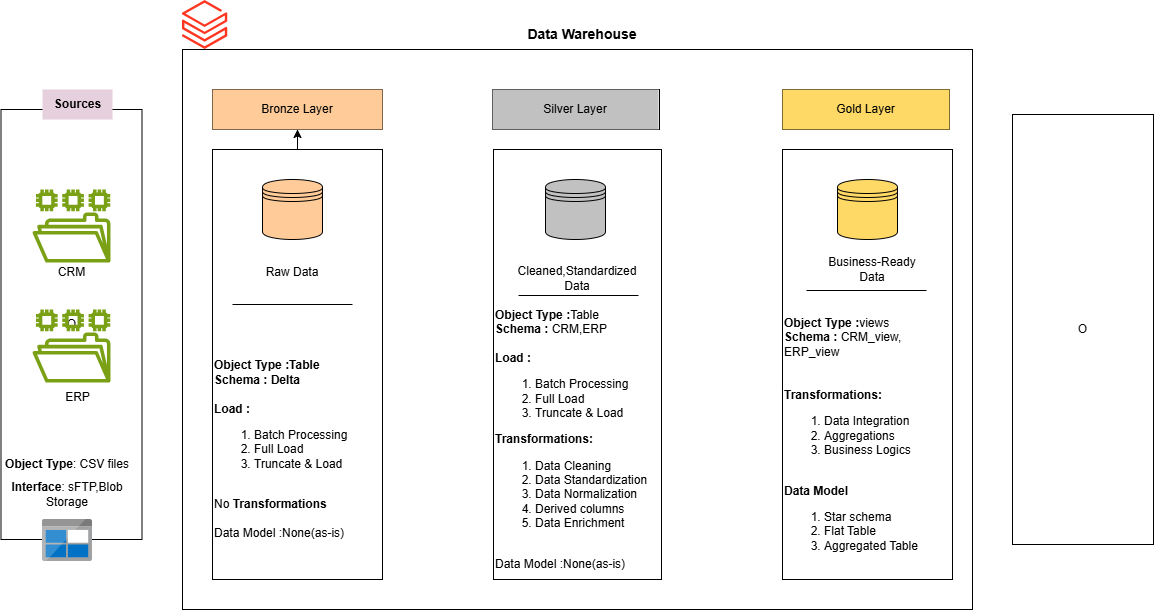
Before: Datawarehouse_Architecture.png, a diagram exported from draw.io (PRAKHER0522/SQL_DATABASE). Source tidied: cells renumbered, new cells last; positions are measured from the earlier drawing's top-left corner, leaving out a move shared by most shapes.
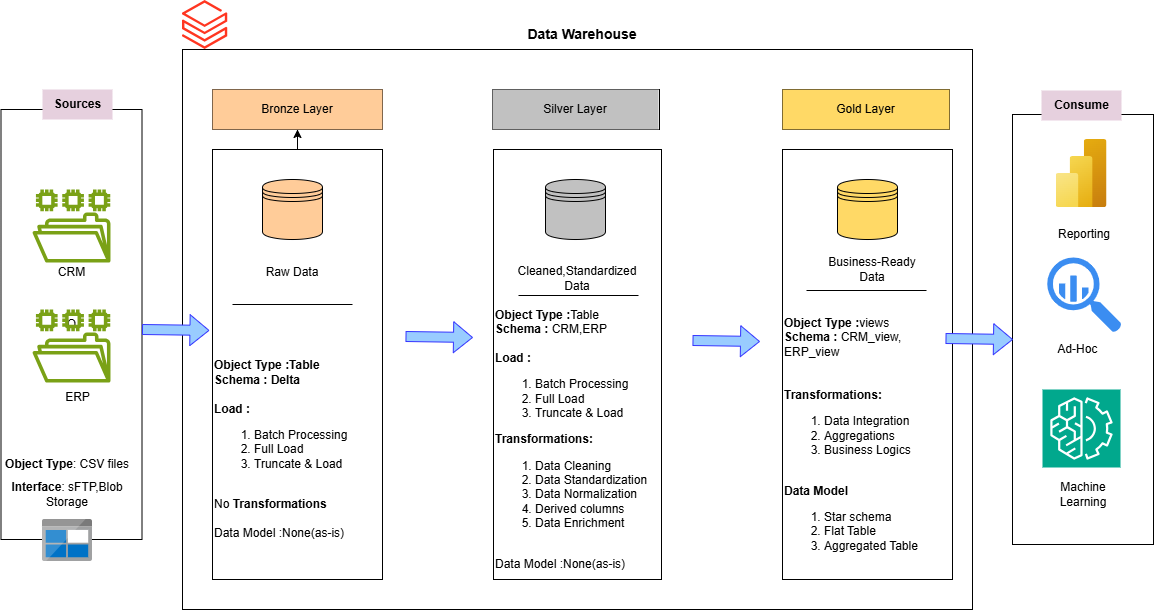
Later version of the same file.

The edit, as a diff of the source:
```diff
@@ -29,7 +29,7 @@
     <mxCell id="10" style="rounded=0;whiteSpace=wrap;html=1;" parent="1" vertex="1">
       <mxGeometry x="182" y="49" width="790" height="560" as="geometry" />
     </mxCell>
-    <mxCell id="11" value="O" style="rounded=0;whiteSpace=wrap;html=1;" parent="1" vertex="1">
+    <mxCell id="11" value="&lt;span style=&quot;color: rgba(0, 0, 0, 0); font-family: monospace; font-size: 0px; text-align: start; text-wrap-mode: nowrap;&quot;&gt;%3CmxGraphModel%3E%3Croot%3E%3CmxCell%20id%3D%220%22%2F%3E%3CmxCell%20id%3D%221%22%20parent%3D%220%22%2F%3E%3CmxCell%20id%3D%222%22%20value%3D%22Machine%20Learning%22%20style%3D%22text%3BstrokeColor%3Dnone%3Balign%3Dcenter%3BfillColor%3Dnone%3Bhtml%3D1%3BverticalAlign%3Dmiddle%3BwhiteSpace%3Dwrap%3Brounded%3D0%3B%22%20vertex%3D%221%22%20parent%3D%221%22%3E%3CmxGeometry%20x%3D%22900.5%22%20y%3D%22510%22%20width%3D%2260%22%20height%3D%2230%22%20as%3D%22geometry%22%2F%3E%3C%2FmxCell%3E%3C%2Froot%3E%3C%2FmxGraphModel%3E&lt;/span&gt;" style="rounded=0;whiteSpace=wrap;html=1;" parent="1" vertex="1">
       <mxGeometry x="1012" y="114" width="141" height="430" as="geometry" />
     </mxCell>
     <mxCell id="12" style="edgeStyle=orthogonalEdgeStyle;rounded=0;jettySize=auto;html=1;" parent="1" edge="1" source="13" target="16">
@@ -107,5 +107,49 @@
     <mxCell id="36" value="&lt;b&gt;Object Type :&lt;/b&gt;views&lt;div&gt;&lt;b&gt;Schema : &lt;/b&gt;CRM_view, ERP_view&lt;/div&gt;&lt;div&gt;&lt;b&gt;&lt;br&gt;&lt;/b&gt;&lt;/div&gt;&lt;div&gt;&lt;br&gt;&lt;/div&gt;&lt;div style=&quot;&quot;&gt;&lt;b style=&quot;background-color: transparent; color: light-dark(rgb(0, 0, 0), rgb(255, 255, 255));&quot;&gt;Transformations:&lt;/b&gt;&lt;/div&gt;&lt;div style=&quot;&quot;&gt;&lt;ol&gt;&lt;li&gt;Data Integration&lt;/li&gt;&lt;li&gt;Aggregations&lt;/li&gt;&lt;li&gt;Business Logics&lt;/li&gt;&lt;/ol&gt;&lt;/div&gt;&lt;div style=&quot;&quot;&gt;&lt;br&gt;&lt;/div&gt;&lt;div style=&quot;&quot;&gt;&lt;b&gt;Data Model&lt;/b&gt;&amp;nbsp;&lt;/div&gt;&lt;div style=&quot;&quot;&gt;&lt;ol&gt;&lt;li&gt;Star schema&amp;nbsp;&lt;/li&gt;&lt;li&gt;Flat Table&lt;/li&gt;&lt;li&gt;Aggregated Table&lt;/li&gt;&lt;/ol&gt;&lt;/div&gt;" style="text;strokeColor=none;align=left;fillColor=none;html=1;verticalAlign=middle;whiteSpace=wrap;rounded=0;" parent="1" vertex="1">
       <mxGeometry x="782" y="299" width="170" height="281" as="geometry" />
     </mxCell>
+    <mxCell id="37" style="shape=flexArrow;endArrow=classic;html=1;rounded=0;entryX=-0.018;entryY=0.042;entryDx=0;entryDy=0;entryPerimeter=0;fillColor=#99CCFF;strokeColor=#3333FF;" parent="1" edge="1" target="34">
+      <mxGeometry relative="1" as="geometry">
+        <mxPoint x="141.5" y="329" as="sourcePoint" />
+      </mxGeometry>
+    </mxCell>
+    <mxCell id="38" style="shape=flexArrow;endArrow=classic;html=1;rounded=0;entryX=-0.018;entryY=0.042;entryDx=0;entryDy=0;entryPerimeter=0;fillColor=#99CCFF;strokeColor=#3333FF;" parent="1" edge="1">
+      <mxGeometry relative="1" as="geometry">
+        <mxPoint x="405" y="336" as="sourcePoint" />
+        <mxPoint x="472.5" y="337" as="targetPoint" />
+      </mxGeometry>
+    </mxCell>
+    <mxCell id="39" style="shape=flexArrow;endArrow=classic;html=1;rounded=0;entryX=-0.018;entryY=0.042;entryDx=0;entryDy=0;entryPerimeter=0;fillColor=#99CCFF;strokeColor=#3333FF;" parent="1" edge="1">
+      <mxGeometry relative="1" as="geometry">
+        <mxPoint x="692" y="340" as="sourcePoint" />
+        <mxPoint x="759.5" y="341" as="targetPoint" />
+      </mxGeometry>
+    </mxCell>
+    <mxCell id="40" style="shape=flexArrow;endArrow=classic;html=1;rounded=0;entryX=-0.018;entryY=0.042;entryDx=0;entryDy=0;entryPerimeter=0;fillColor=#99CCFF;strokeColor=#3333FF;" parent="1" edge="1">
+      <mxGeometry relative="1" as="geometry">
+        <mxPoint x="945" y="338" as="sourcePoint" />
+        <mxPoint x="1012.5" y="339" as="targetPoint" />
+      </mxGeometry>
+    </mxCell>
+    <mxCell id="41" value="&lt;b&gt;Consume&lt;/b&gt;" style="text;html=1;align=center;verticalAlign=middle;strokeColor=none;fillColor=#E6D0DE;" parent="1" vertex="1">
+      <mxGeometry x="1041" y="90" width="80" height="30" as="geometry" />
+    </mxCell>
+    <mxCell id="42" style="image;html=1;align=center;fontSize=12;image=img/lib/azure2/analytics/Power_BI_Embedded.svg;strokeColor=default;" parent="1" vertex="1">
+      <mxGeometry x="1055.5" y="139" width="51" height="68" as="geometry" />
+    </mxCell>
+    <mxCell id="43" style="sketch=0;html=1;strokeColor=none;shadow=0;fillColor=#3B8DF1;verticalAlign=top;labelPosition=center;verticalLabelPosition=bottom;shape=mxgraph.gcp2.big_query;" parent="1" vertex="1">
+      <mxGeometry x="1046.8" y="257" width="74.2" height="75" as="geometry" />
+    </mxCell>
+    <mxCell id="44" style="sketch=0;fontColor=#232F3E;fillColor=#01A88D;strokeColor=#ffffff;dashed=0;verticalLabelPosition=bottom;verticalAlign=top;align=center;html=1;fontSize=12;fontStyle=0;shape=mxgraph.aws4.resourceIcon;resIcon=mxgraph.aws4.machine_learning;" parent="1" vertex="1">
+      <mxGeometry x="1042" y="389" width="78" height="78" as="geometry" />
+    </mxCell>
+    <mxCell id="45" value="Reporting" style="text;strokeColor=none;align=center;fillColor=none;html=1;verticalAlign=middle;whiteSpace=wrap;rounded=0;" parent="1" vertex="1">
+      <mxGeometry x="1053.9" y="219" width="60" height="30" as="geometry" />
+    </mxCell>
+    <mxCell id="46" value="Machine Learning" style="text;strokeColor=none;align=center;fillColor=none;html=1;verticalAlign=middle;whiteSpace=wrap;rounded=0;" parent="1" vertex="1">
+      <mxGeometry x="1052.5" y="479" width="60" height="30" as="geometry" />
+    </mxCell>
+    <mxCell id="47" value="Ad-Hoc&amp;nbsp;" style="text;strokeColor=none;align=center;fillColor=none;html=1;verticalAlign=middle;whiteSpace=wrap;rounded=0;" parent="1" vertex="1">
+      <mxGeometry x="1049" y="334" width="60" height="30" as="geometry" />
+    </mxCell>
   </root>
 </mxGraphModel>
```
